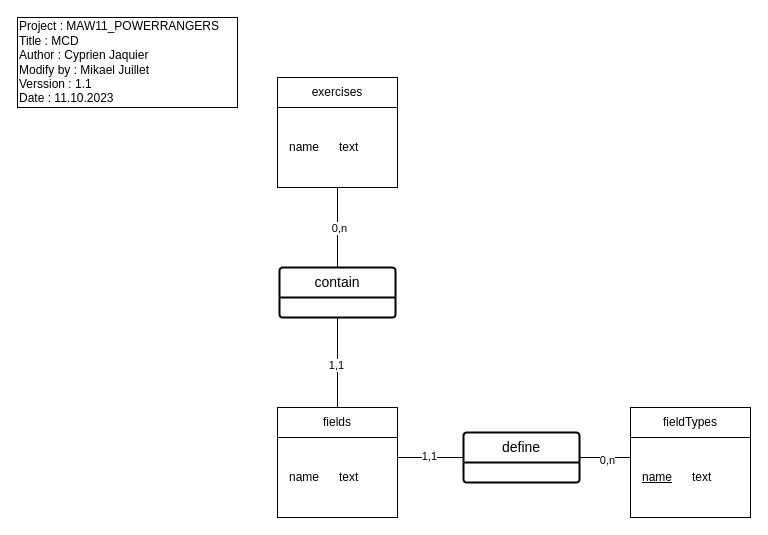
Before: doc/db/MCD.drawio in CPNV-ES/MAW11_POWERRANGERS, a draw.io diagram. Source tidied: cells renumbered, new cells numbered last; positions are measured from the earlier drawing's top-left corner, leaving out a move shared by most shapes. Both pictures are drawn from the tidied source at 100%, with x=0, y=0 at pixel (17, 17).
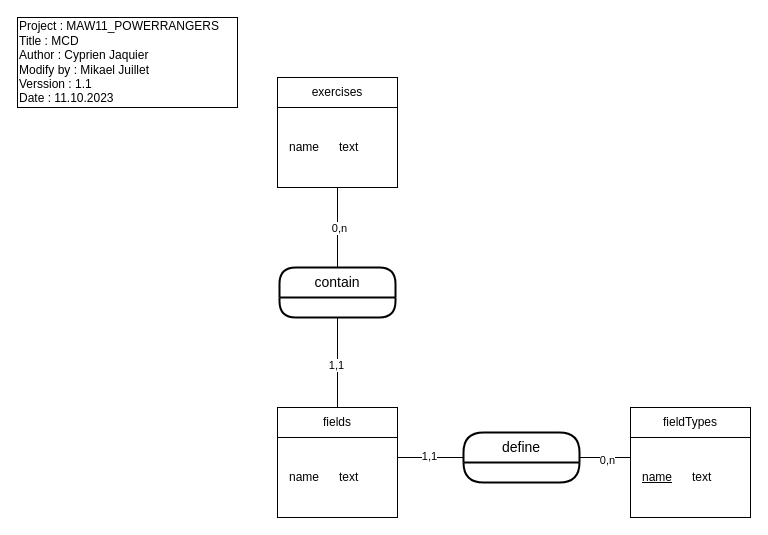
The same diagram, later.

What changed in the source:
```diff
@@
-    <mxCell id="12" value="contain" style="swimlane;horizontal=1;startSize=30;rounded=1;fontSize=14;fontStyle=0;strokeWidth=2;shadow=0;dashed=0;align=center;arcSize=4;whiteSpace=wrap;html=1;" parent="1" vertex="1">
+    <mxCell id="12" value="contain" style="swimlane;horizontal=1;startSize=30;rounded=1;fontSize=14;fontStyle=0;strokeWidth=2;shadow=0;dashed=0;align=center;arcSize=18;whiteSpace=wrap;html=1;" parent="1" vertex="1">
       <mxGeometry x="262" y="250" width="116" height="50" as="geometry" />
     </mxCell>
@@
-    <mxCell id="24" value="define" style="swimlane;horizontal=1;startSize=30;rounded=1;fontSize=14;fontStyle=0;strokeWidth=2;shadow=0;dashed=0;align=center;arcSize=4;whiteSpace=wrap;html=1;" parent="1" vertex="1">
+    <mxCell id="24" value="define" style="swimlane;horizontal=1;startSize=30;rounded=1;fontSize=14;fontStyle=0;strokeWidth=2;shadow=0;dashed=0;align=center;arcSize=36;whiteSpace=wrap;html=1;" parent="1" vertex="1">
       <mxGeometry x="446" y="415" width="116" height="50" as="geometry" />
     </mxCell>
```
